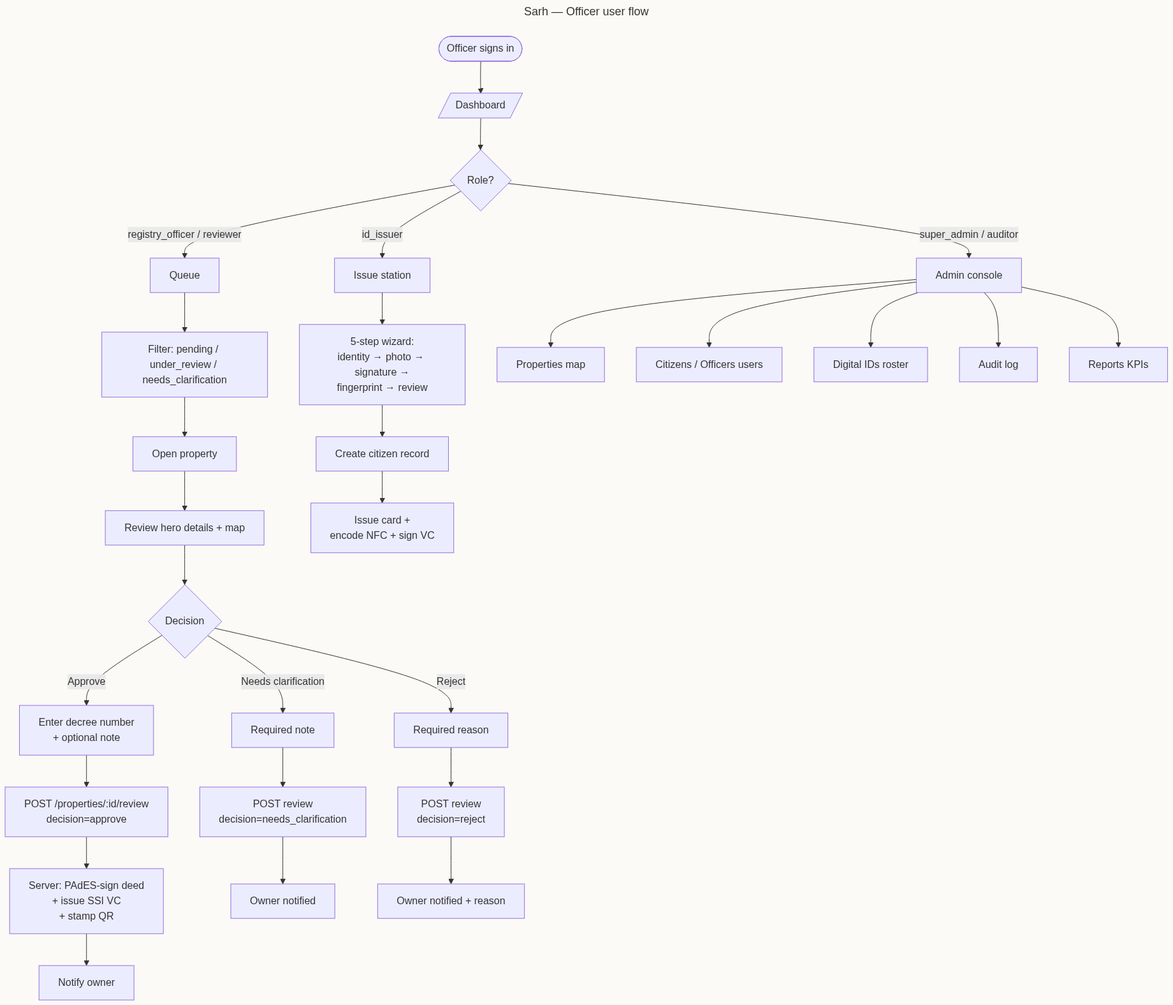
Before: docs/diagrams/user-flow-officer.png, a diagram exported from Mermaid (AliBelaid/Sarh). Its source is kept beside it as docs/diagrams/user-flow-officer.mmd. Its diagram source:
```mermaid
---
title: Sarh — Officer user flow
---
flowchart TD
    A([Officer signs in]) --> B[/Dashboard/]
    B --> C{Role?}
    C -- registry_officer / reviewer --> Q[Queue]
    C -- id_issuer --> I[Issue station]
    C -- super_admin / auditor --> AD[Admin console]

    Q --> Q1[Filter: pending / under_review / needs_clarification]
    Q1 --> Q2[Open property]
    Q2 --> Q3[Review hero details + map]
    Q3 --> Q4{Decision}
    Q4 -- Approve --> Q5[Enter decree number<br/>+ optional note]
    Q5 --> Q6[POST /properties/:id/review<br/>decision=approve]
    Q6 --> Q7[Server: PAdES-sign deed<br/>+ issue SSI VC<br/>+ stamp QR]
    Q7 --> Q8[Notify owner]

    Q4 -- Needs clarification --> Q9[Required note]
    Q9 --> Q10[POST review<br/>decision=needs_clarification]
    Q10 --> Q11[Owner notified]

    Q4 -- Reject --> Q12[Required reason]
    Q12 --> Q13[POST review<br/>decision=reject]
    Q13 --> Q14[Owner notified + reason]

    I --> I1[5-step wizard:<br/>identity → photo → signature →<br/>fingerprint → review]
    I1 --> I2[Create citizen record]
    I2 --> I3[Issue card +<br/>encode NFC + sign VC]

    AD --> AD1[Properties map]
    AD --> AD2[Citizens / Officers users]
    AD --> AD3[Digital IDs roster]
    AD --> AD4[Audit log]
    AD --> AD5[Reports KPIs]
```
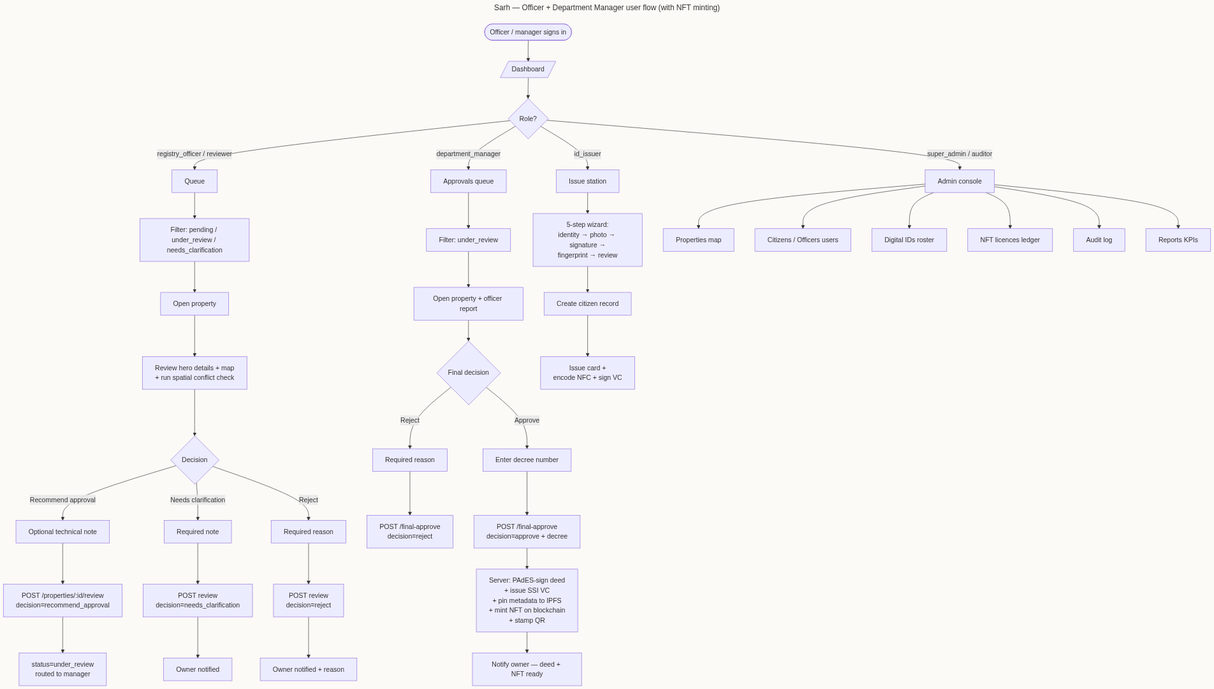
Above is the later version.

Diff of the diagram source:
```diff
@@ -1,21 +1,21 @@
 ---
-title: Sarh — Officer user flow
+title: Sarh — Officer + Department Manager user flow (with NFT minting)
 ---
 flowchart TD
-    A([Officer signs in]) --> B[/Dashboard/]
+    A([Officer / manager signs in]) --> B[/Dashboard/]
     B --> C{Role?}
     C -- registry_officer / reviewer --> Q[Queue]
+    C -- department_manager --> M[Approvals queue]
     C -- id_issuer --> I[Issue station]
     C -- super_admin / auditor --> AD[Admin console]
 
     Q --> Q1[Filter: pending / under_review / needs_clarification]
     Q1 --> Q2[Open property]
-    Q2 --> Q3[Review hero details + map]
+    Q2 --> Q3[Review hero details + map<br/>+ run spatial conflict check]
     Q3 --> Q4{Decision}
-    Q4 -- Approve --> Q5[Enter decree number<br/>+ optional note]
-    Q5 --> Q6[POST /properties/:id/review<br/>decision=approve]
-    Q6 --> Q7[Server: PAdES-sign deed<br/>+ issue SSI VC<br/>+ stamp QR]
-    Q7 --> Q8[Notify owner]
+    Q4 -- Recommend approval --> Q5[Optional technical note]
+    Q5 --> Q6[POST /properties/:id/review<br/>decision=recommend_approval]
+    Q6 --> Q7[status=under_review<br/>routed to manager]
 
     Q4 -- Needs clarification --> Q9[Required note]
     Q9 --> Q10[POST review<br/>decision=needs_clarification]
@@ -25,6 +25,16 @@
     Q12 --> Q13[POST review<br/>decision=reject]
     Q13 --> Q14[Owner notified + reason]
 
+    M --> M1[Filter: under_review]
+    M1 --> M2[Open property + officer report]
+    M2 --> M3{Final decision}
+    M3 -- Reject --> M4[Required reason]
+    M4 --> M5[POST /final-approve<br/>decision=reject]
+    M3 -- Approve --> M6[Enter decree number]
+    M6 --> M7[POST /final-approve<br/>decision=approve + decree]
+    M7 --> M8[Server: PAdES-sign deed<br/>+ issue SSI VC<br/>+ pin metadata to IPFS<br/>+ mint NFT on blockchain<br/>+ stamp QR]
+    M8 --> M9[Notify owner — deed + NFT ready]
+
     I --> I1[5-step wizard:<br/>identity → photo → signature →<br/>fingerprint → review]
     I1 --> I2[Create citizen record]
     I2 --> I3[Issue card +<br/>encode NFC + sign VC]
@@ -32,5 +42,6 @@
     AD --> AD1[Properties map]
     AD --> AD2[Citizens / Officers users]
     AD --> AD3[Digital IDs roster]
-    AD --> AD4[Audit log]
-    AD --> AD5[Reports KPIs]
+    AD --> AD4[NFT licences ledger]
+    AD --> AD5[Audit log]
+    AD --> AD6[Reports KPIs]
```
